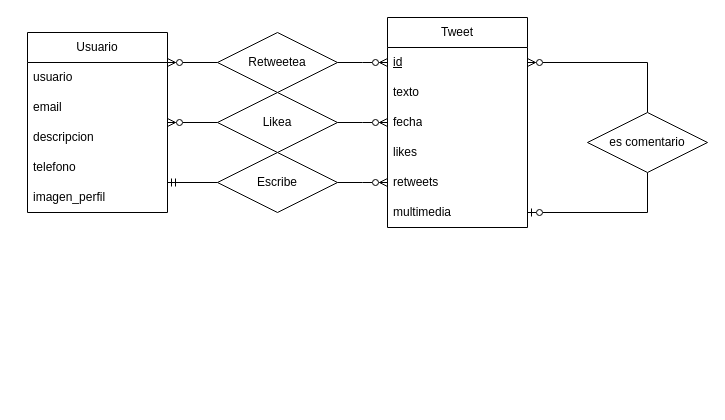
Above: TA12Ej16.drawio in AlejandroCara/acr-tsys-modeloER-drawio-1110 (draw.io), before the change. Source tidied: cells renumbered, new cells numbered last; positions are measured from the earlier drawing's top-left corner, leaving out a move shared by most shapes. Both pictures are drawn from the tidied source at 100%, with x=0, y=0 at pixel (27, 17).
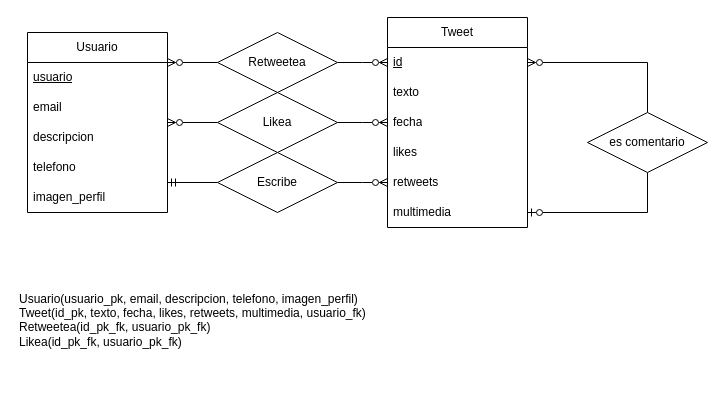
The same page after the edit.

Commit message:
modelo relacional TA12Ej16.drawio

The change refers to these unchanged cells:
```xml
<mxCell id="2" value="Usuario" style="swimlane;fontStyle=0;horizontal=1;startSize=30;whiteSpace=wrap;html=1;" parent="1" vertex="1">
  <mxGeometry y="15" width="140" height="180" as="geometry" />
</mxCell>
```

What changed in the source:
```diff
@@
-    <mxCell id="3" value="usuario" style="text;strokeColor=none;fillColor=none;align=left;verticalAlign=middle;spacingLeft=4;spacingRight=4;overflow=hidden;whiteSpace=wrap;html=1;" parent="2" vertex="1">
+    <mxCell id="3" value="&lt;u&gt;usuario&lt;/u&gt;" style="text;strokeColor=none;fillColor=none;align=left;verticalAlign=middle;spacingLeft=4;spacingRight=4;overflow=hidden;whiteSpace=wrap;html=1;" parent="2" vertex="1">
       <mxGeometry y="30" width="140" height="30" as="geometry" />
     </mxCell>
@@
+    <mxCell id="27" value="&lt;div&gt;Usuario(usuario_pk, email, descripcion, telefono, imagen_perfil)&lt;/div&gt;&lt;div&gt;Tweet(id_pk, texto, fecha, likes, retweets, multimedia, usuario_fk)&lt;/div&gt;&lt;div&gt;Retweetea(id_pk_fk, usuario_pk_fk)&lt;/div&gt;&lt;div&gt;Likea(id_pk_fk, usuario_pk_fk)&lt;/div&gt;&lt;div&gt;&lt;br&gt;&lt;/div&gt;" style="text;html=1;strokeColor=none;fillColor=none;align=left;verticalAlign=middle;whiteSpace=wrap;rounded=0;" parent="1" vertex="1">
+      <mxGeometry x="-10" y="235" width="360" height="150" as="geometry" />
+    </mxCell>
```
